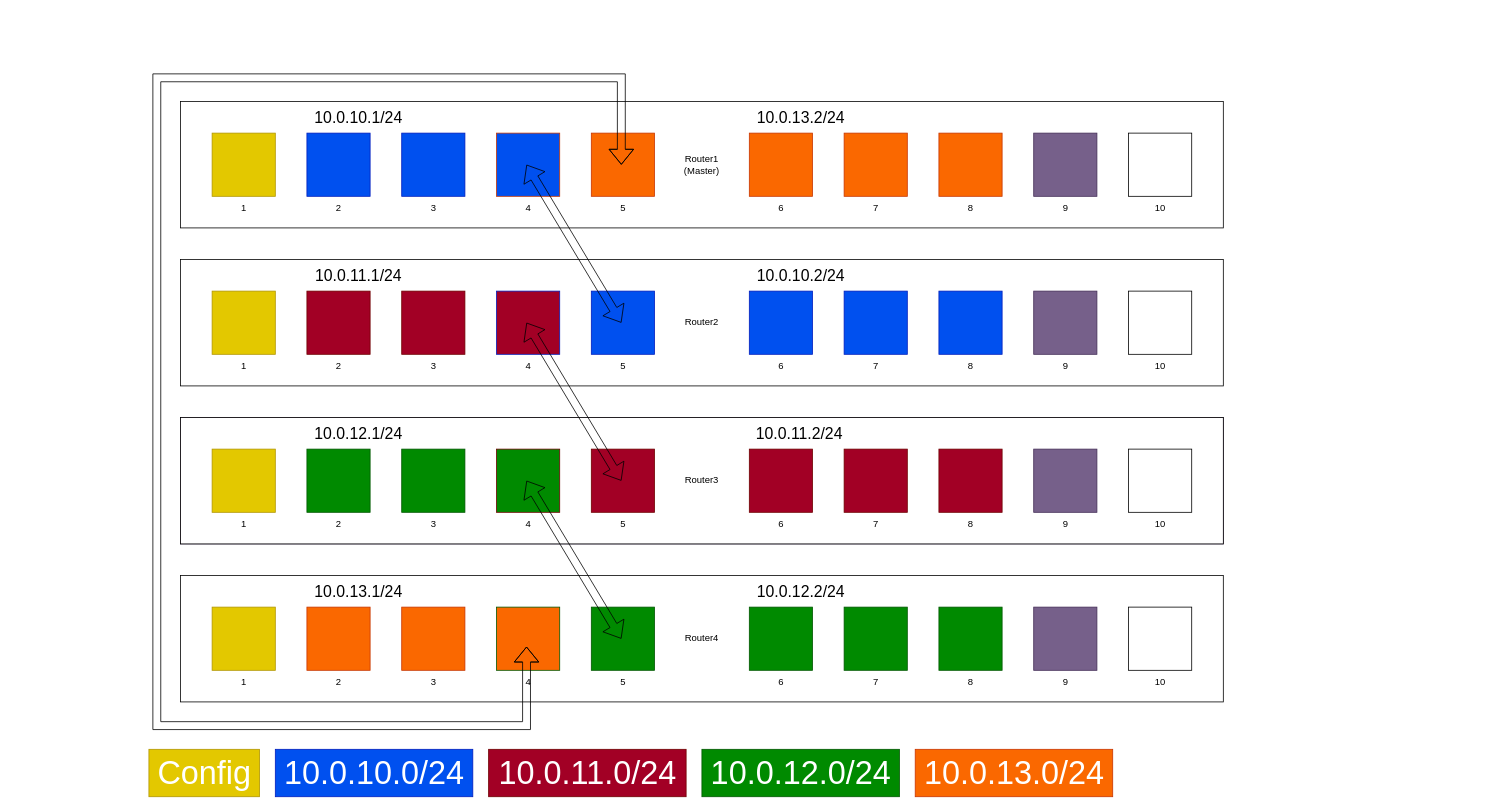
The draw.io diagram new-netzplan-ospf.drawio.drawio in tlinneberger/BS_LF09-doku, before the edit. Source tidied: cells renumbered, new cells numbered last; positions are measured from the earlier drawing's top-left corner, leaving out a move shared by most shapes. Both pictures are drawn from the tidied source at 79%, with x=0, y=0 at pixel (149, 77).
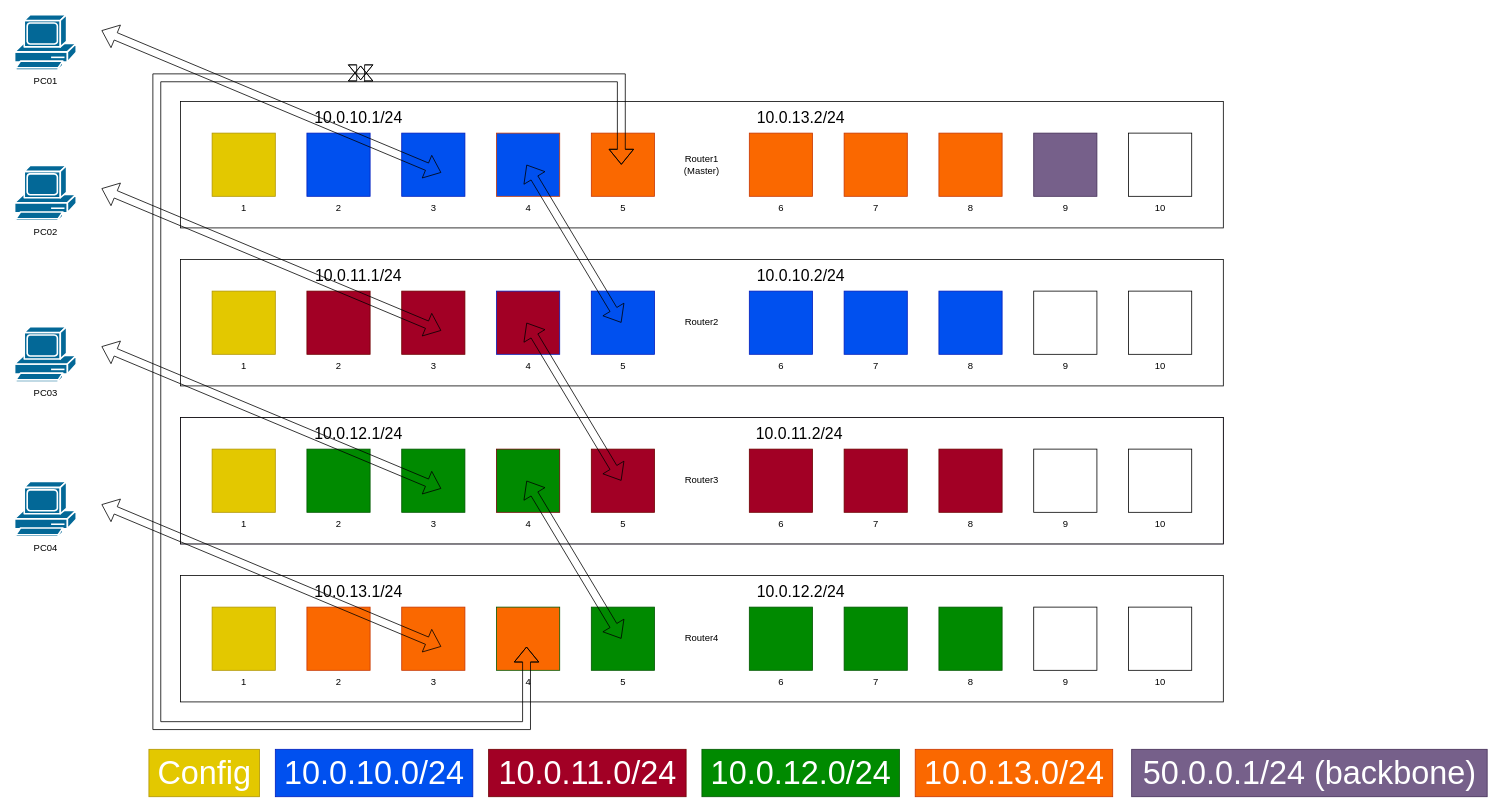
After the change.

Unchanged cells that the change refers to:
```xml
<mxCell id="2" style="group;" parent="1" vertex="1">
  <mxGeometry x="40" y="630" width="1320" height="160" as="geometry" />
</mxCell>
<mxCell id="26" style="group;fillColor=#76608a;fontColor=#ffffff;strokeColor=#432D57;" parent="1" vertex="1">
  <mxGeometry x="40" y="430" width="1320" height="160" as="geometry" />
</mxCell>
<mxCell id="74" style="group;" parent="1" vertex="1">
  <mxGeometry x="40" y="30" width="1320" height="640" as="geometry" />
</mxCell>
```

The edit, as a diff of the source:
```diff
@@
-    <mxCell id="12" style="rounded=0;whiteSpace=wrap;html=1;fillColor=#76608a;fontColor=#ffffff;strokeColor=#432D57;" parent="2" vertex="1">
+    <mxCell id="12" style="rounded=0;whiteSpace=wrap;html=1;" parent="2" vertex="1">
       <mxGeometry x="1080" y="40" width="80" height="80" as="geometry" />
     </mxCell>
@@
-    <mxCell id="36" style="rounded=0;whiteSpace=wrap;html=1;fillColor=#76608a;fontColor=#ffffff;strokeColor=#432D57;" parent="26" vertex="1">
+    <mxCell id="36" style="rounded=0;whiteSpace=wrap;html=1;" parent="26" vertex="1">
       <mxGeometry x="1080" y="40" width="80" height="80" as="geometry" />
     </mxCell>
@@
     <mxCell id="50" style="group;" parent="1" vertex="1">
-      <mxGeometry x="40" y="230" width="1320" height="160" as="geometry" />
+      <mxGeometry x="40" y="230" width="1320" height="410" as="geometry" />
     </mxCell>
@@
-    <mxCell id="60" style="rounded=0;whiteSpace=wrap;html=1;fillColor=#76608a;fontColor=#ffffff;strokeColor=#432D57;" parent="50" vertex="1">
+    <mxCell id="60" style="rounded=0;whiteSpace=wrap;html=1;" parent="50" vertex="1">
       <mxGeometry x="1080" y="40" width="80" height="80" as="geometry" />
     </mxCell>
@@
     <mxCell id="98" style="shape=flexArrow;endArrow=classic;startArrow=classic;html=1;rounded=0;edgeStyle=orthogonalEdgeStyle;entryX=0.5;entryY=0.625;entryDx=0;entryDy=0;entryPerimeter=0;exitX=0.5;exitY=0.5;exitDx=0;exitDy=0;exitPerimeter=0;" parent="74" edge="1">
       <mxGeometry relative="1" as="geometry">
-        <mxPoint x="558" y="80" as="sourcePoint" />
+        <mxPoint x="228" y="-45.5" as="sourcePoint" />
         <mxPoint x="438" y="690" as="targetPoint" />
         <Array as="points">
-          <mxPoint x="558" y="-30" />
           <mxPoint x="-30" y="-30" />
           <mxPoint x="-30" y="790" />
           <mxPoint x="438" y="790" />
         </Array>
       </mxGeometry>
     </mxCell>
@@
+    <mxCell id="107" style="shape=flexArrow;endArrow=classic;startArrow=classic;html=1;rounded=0;edgeStyle=orthogonalEdgeStyle;entryX=0.5;entryY=0.625;entryDx=0;entryDy=0;entryPerimeter=0;exitX=0.5;exitY=0.5;exitDx=0;exitDy=0;exitPerimeter=0;" parent="74" edge="1">
+      <mxGeometry relative="1" as="geometry">
+        <mxPoint x="558" y="80" as="sourcePoint" />
+        <mxPoint x="228" y="-26.9" as="targetPoint" />
+        <Array as="points">
+          <mxPoint x="558" y="-30" />
+        </Array>
+      </mxGeometry>
+    </mxCell>
+    <mxCell id="108" style="shape=flexArrow;endArrow=classic;startArrow=classic;html=1;rounded=0;exitX=0.5;exitY=0.5;exitDx=0;exitDy=0;exitPerimeter=0;" parent="74" edge="1">
+      <mxGeometry relative="1" as="geometry">
+        <mxPoint x="330" y="90" as="sourcePoint" />
+        <mxPoint x="-100" y="-90" as="targetPoint" />
+      </mxGeometry>
+    </mxCell>
@@
+    <mxCell id="109" value="&lt;font color=&quot;#ffffff&quot; style=&quot;font-size: 41px;&quot;&gt;50.0.0.1/24 (backbone)&lt;br&gt;&lt;/font&gt;" style="text;html=1;align=center;verticalAlign=middle;strokeColor=#432D57;fillColor=#76608a;fontColor=#ffffff;" parent="1" vertex="1">
+      <mxGeometry x="1244" y="850" width="450" height="60" as="geometry" />
+    </mxCell>
+    <mxCell id="110" style="shape=flexArrow;endArrow=classic;startArrow=classic;html=1;rounded=0;exitX=0.5;exitY=0.5;exitDx=0;exitDy=0;exitPerimeter=0;" parent="1" edge="1">
+      <mxGeometry relative="1" as="geometry">
+        <mxPoint x="370" y="320" as="sourcePoint" />
+        <mxPoint x="-60" y="140" as="targetPoint" />
+      </mxGeometry>
+    </mxCell>
+    <mxCell id="111" style="shape=flexArrow;endArrow=classic;startArrow=classic;html=1;rounded=0;exitX=0.5;exitY=0.5;exitDx=0;exitDy=0;exitPerimeter=0;" parent="1" edge="1">
+      <mxGeometry relative="1" as="geometry">
+        <mxPoint x="370" y="520" as="sourcePoint" />
+        <mxPoint x="-60" y="340" as="targetPoint" />
+      </mxGeometry>
+    </mxCell>
+    <mxCell id="112" style="shape=flexArrow;endArrow=classic;startArrow=classic;html=1;rounded=0;exitX=0.5;exitY=0.5;exitDx=0;exitDy=0;exitPerimeter=0;" parent="1" edge="1">
+      <mxGeometry relative="1" as="geometry">
+        <mxPoint x="370" y="720" as="sourcePoint" />
+        <mxPoint x="-60" y="540" as="targetPoint" />
+      </mxGeometry>
+    </mxCell>
+    <mxCell id="113" value="PC01" style="shape=mxgraph.cisco.computers_and_peripherals.pc;html=1;dashed=0;fillColor=#036897;strokeColor=#ffffff;strokeWidth=2;verticalLabelPosition=bottom;verticalAlign=top;align=center;" parent="1" vertex="1">
+      <mxGeometry x="-170" y="-80" width="78" height="70" as="geometry" />
+    </mxCell>
+    <mxCell id="114" value="PC02" style="shape=mxgraph.cisco.computers_and_peripherals.pc;html=1;dashed=0;fillColor=#036897;strokeColor=#ffffff;strokeWidth=2;verticalLabelPosition=bottom;verticalAlign=top;align=center;" parent="1" vertex="1">
+      <mxGeometry x="-170" y="111" width="78" height="70" as="geometry" />
+    </mxCell>
+    <mxCell id="115" value="PC03" style="shape=mxgraph.cisco.computers_and_peripherals.pc;html=1;dashed=0;fillColor=#036897;strokeColor=#ffffff;strokeWidth=2;verticalLabelPosition=bottom;verticalAlign=top;align=center;" parent="1" vertex="1">
+      <mxGeometry x="-170" y="315" width="78" height="70" as="geometry" />
+    </mxCell>
+    <mxCell id="116" value="PC04" style="shape=mxgraph.cisco.computers_and_peripherals.pc;html=1;dashed=0;fillColor=#036897;strokeColor=#ffffff;strokeWidth=2;verticalLabelPosition=bottom;verticalAlign=top;align=center;" parent="1" vertex="1">
+      <mxGeometry x="-170" y="511" width="78" height="70" as="geometry" />
+    </mxCell>
```
